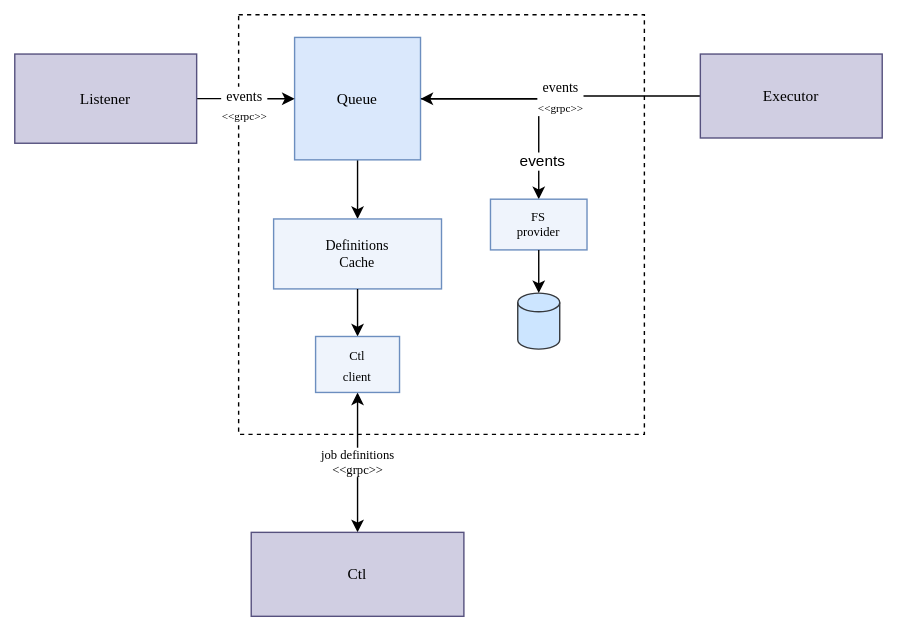
Before: docs/img/Queue.svg, a diagram exported from draw.io (andrescosta/jobico-fn). Source tidied: cells renumbered, new cells last; positions are measured from the earlier drawing's top-left corner, leaving out a move shared by most shapes.
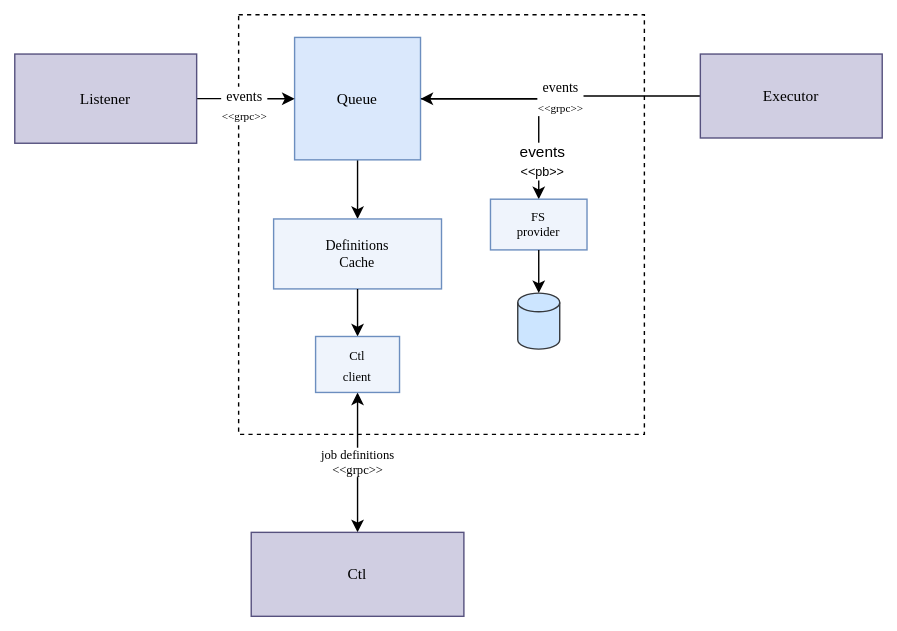
Later version of the same file.

Change to the diagram source:
```diff
@@ -11,7 +11,7 @@
     <mxCell id="4" style="edgeStyle=orthogonalEdgeStyle;jettySize=auto;html=1;rounded=0;curved=0;" parent="1" edge="1" source="6" target="17">
       <mxGeometry relative="1" as="geometry" />
     </mxCell>
-    <mxCell id="5" value="events" style="edgeLabel;html=1;align=center;verticalAlign=middle;" parent="4" vertex="1">
+    <mxCell id="5" value="events&lt;br&gt;&lt;font style=&quot;font-size: 9px;&quot;&gt;&amp;lt;&amp;lt;pb&amp;gt;&amp;gt;&lt;/font&gt;" style="edgeLabel;html=1;align=center;verticalAlign=middle;" parent="4" vertex="1">
       <mxGeometry x="0.66" y="2" relative="1" as="geometry" />
     </mxCell>
     <mxCell id="6" value="Queue" style="rounded=0;whiteSpace=wrap;html=1;labelBackgroundColor=none;fillColor=#dae8fc;strokeColor=#6c8ebf;fontFamily=Lucida Console;fontSize=11;" parent="1" vertex="1">
```
